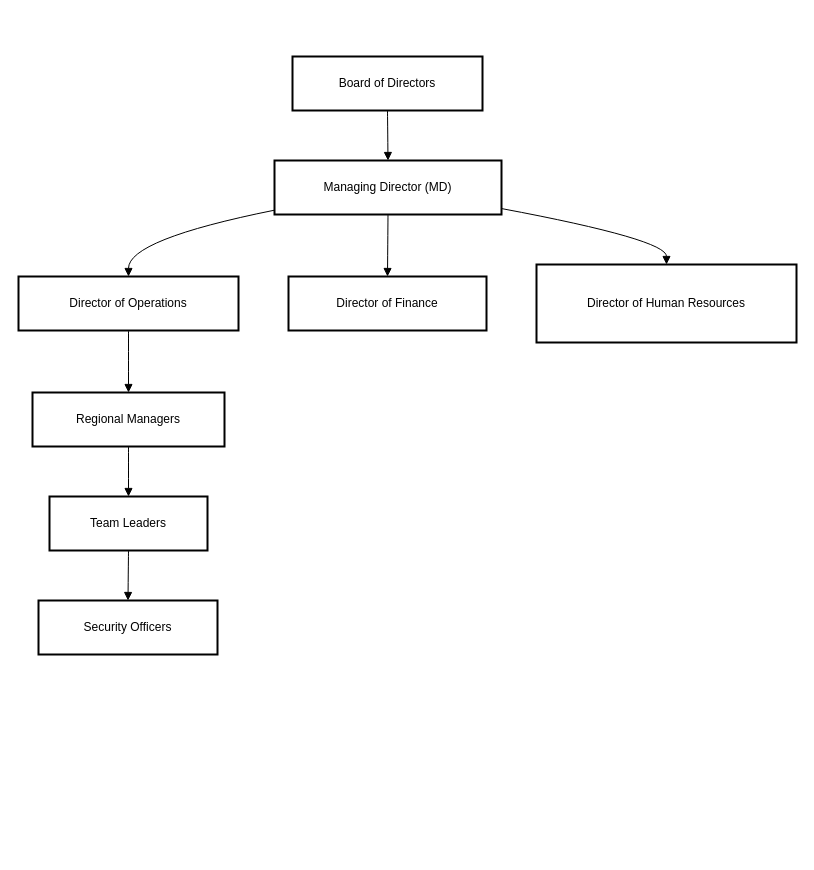
Earlier version of the draw.io diagram HR.drawio (BRIAN12682/Automation-Projects). Source tidied: cells renumbered, new cells numbered last; positions are measured from the earlier drawing's top-left corner, leaving out a move shared by most shapes. Both pictures are drawn from the tidied source at 100%, with x=0, y=0 at pixel (18, 56).
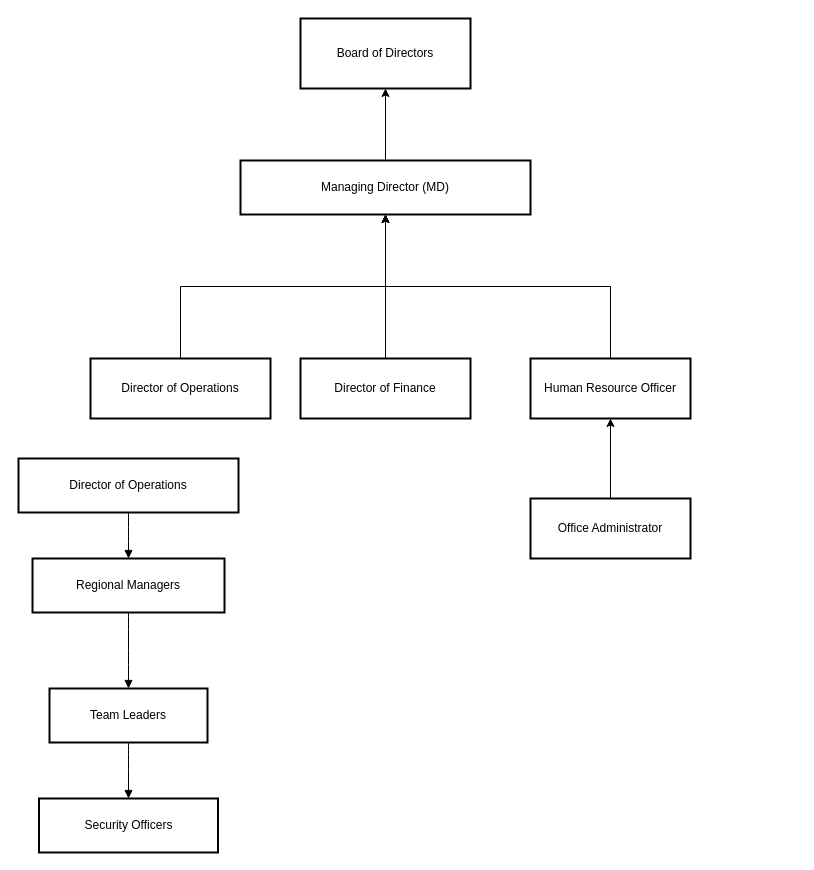
Above is the later version.

Diff of the diagram source:
```diff
@@
 <mxGraphModel>
   <root>
     <mxCell id="0" />
     <mxCell id="1" parent="0" />
-    <mxCell id="2" value="Board of Directors" style="whiteSpace=wrap;strokeWidth=2;" parent="1" vertex="1">
-      <mxGeometry x="274" width="190" height="54" as="geometry" />
-    </mxCell>
+    <mxCell id="17" style="edgeStyle=orthogonalEdgeStyle;rounded=0;jettySize=auto;html=1;" parent="1" edge="1" source="3" target="2">
+      <mxGeometry relative="1" as="geometry" />
+    </mxCell>
+    <mxCell id="18" style="edgeStyle=orthogonalEdgeStyle;rounded=0;jettySize=auto;html=1;" parent="1" edge="1" source="21" target="3">
+      <mxGeometry relative="1" as="geometry" />
+    </mxCell>
+    <mxCell id="19" style="edgeStyle=orthogonalEdgeStyle;rounded=0;jettySize=auto;html=1;" parent="1" edge="1" source="5" target="3">
+      <mxGeometry relative="1" as="geometry" />
+    </mxCell>
+    <mxCell id="20" style="edgeStyle=orthogonalEdgeStyle;rounded=0;jettySize=auto;html=1;" parent="1" edge="1" source="23" target="3">
+      <mxGeometry relative="1" as="geometry" />
+    </mxCell>
     <mxCell id="3" value="Managing Director (MD)" style="whiteSpace=wrap;strokeWidth=2;" parent="1" vertex="1">
-      <mxGeometry x="256" y="104" width="227" height="54" as="geometry" />
+      <mxGeometry x="222" y="104" width="290" height="54" as="geometry" />
     </mxCell>
     <mxCell id="4" value="Director of Operations" style="whiteSpace=wrap;strokeWidth=2;" parent="1" vertex="1">
-      <mxGeometry y="220" width="220" height="54" as="geometry" />
+      <mxGeometry y="402" width="220" height="54" as="geometry" />
     </mxCell>
-    <mxCell id="5" value="Director of Finance" style="whiteSpace=wrap;strokeWidth=2;" parent="1" vertex="1">
-      <mxGeometry x="270" y="220" width="198" height="54" as="geometry" />
-    </mxCell>
-    <mxCell id="6" value="Director of Human Resources" style="whiteSpace=wrap;strokeWidth=2;" parent="1" vertex="1">
-      <mxGeometry x="518" y="208" width="260" height="78" as="geometry" />
-    </mxCell>
     <mxCell id="7" value="Regional Managers" style="whiteSpace=wrap;strokeWidth=2;" parent="1" vertex="1">
-      <mxGeometry x="14" y="336" width="192" height="54" as="geometry" />
+      <mxGeometry x="14" y="502" width="192" height="54" as="geometry" />
     </mxCell>
     <mxCell id="8" value="Team Leaders" style="whiteSpace=wrap;strokeWidth=2;" parent="1" vertex="1">
-      <mxGeometry x="31" y="440" width="158" height="54" as="geometry" />
+      <mxGeometry x="31" y="632" width="158" height="54" as="geometry" />
     </mxCell>
     <mxCell id="9" value="Security Officers" style="whiteSpace=wrap;strokeWidth=2;" parent="1" vertex="1">
-      <mxGeometry x="20" y="544" width="179" height="54" as="geometry" />
+      <mxGeometry x="20.5" y="742" width="179" height="54" as="geometry" />
     </mxCell>
-    <mxCell id="10" style="curved=1;startArrow=none;endArrow=block;exitX=0.5;exitY=1;entryX=0.5;entryY=0;" parent="1" edge="1" source="2" target="3">
-      <mxGeometry relative="1" as="geometry" />
-    </mxCell>
-    <mxCell id="11" style="curved=1;startArrow=none;endArrow=block;exitX=0;exitY=0.92;entryX=0.5;entryY=0;" parent="1" edge="1" source="3" target="4">
-      <mxGeometry relative="1" as="geometry">
-        <Array as="points">
-          <mxPoint x="110" y="183" />
-        </Array>
-      </mxGeometry>
-    </mxCell>
-    <mxCell id="12" style="curved=1;startArrow=none;endArrow=block;exitX=0.5;exitY=1;entryX=0.5;entryY=0;" parent="1" edge="1" source="3" target="5">
-      <mxGeometry relative="1" as="geometry" />
-    </mxCell>
-    <mxCell id="13" style="curved=1;startArrow=none;endArrow=block;exitX=1;exitY=0.89;entryX=0.5;entryY=0;" parent="1" edge="1" source="3" target="6">
-      <mxGeometry relative="1" as="geometry">
-        <Array as="points">
-          <mxPoint x="648" y="183" />
-        </Array>
-      </mxGeometry>
-    </mxCell>
     <mxCell id="14" style="curved=1;startArrow=none;endArrow=block;exitX=0.5;exitY=1;entryX=0.5;entryY=0;" parent="1" edge="1" source="4" target="7">
       <mxGeometry relative="1" as="geometry" />
     </mxCell>
     <mxCell id="15" style="curved=1;startArrow=none;endArrow=block;exitX=0.5;exitY=1;entryX=0.5;entryY=0;" parent="1" edge="1" source="7" target="8">
       <mxGeometry relative="1" as="geometry" />
     </mxCell>
     <mxCell id="16" style="curved=1;startArrow=none;endArrow=block;exitX=0.5;exitY=1;entryX=0.5;entryY=0;" parent="1" edge="1" source="8" target="9">
       <mxGeometry relative="1" as="geometry" />
     </mxCell>
+    <mxCell id="2" value="Board of Directors" style="whiteSpace=wrap;html=1;strokeWidth=2;" parent="1" vertex="1">
+      <mxGeometry x="282" y="-38" width="170" height="70" as="geometry" />
+    </mxCell>
+    <mxCell id="21" value="Director of Operations" style="whiteSpace=wrap;html=1;strokeWidth=2;" parent="1" vertex="1">
+      <mxGeometry x="72" y="302" width="180" height="60" as="geometry" />
+    </mxCell>
+    <mxCell id="5" value="Director of Finance" style="whiteSpace=wrap;html=1;strokeWidth=2;" parent="1" vertex="1">
+      <mxGeometry x="282" y="302" width="170" height="60" as="geometry" />
+    </mxCell>
+    <mxCell id="22" style="edgeStyle=orthogonalEdgeStyle;rounded=0;jettySize=auto;html=1;" parent="1" edge="1" source="24" target="23">
+      <mxGeometry relative="1" as="geometry" />
+    </mxCell>
+    <mxCell id="23" value="Human Resource Officer" style="whiteSpace=wrap;html=1;strokeWidth=2;" parent="1" vertex="1">
+      <mxGeometry x="512" y="302" width="160" height="60" as="geometry" />
+    </mxCell>
+    <mxCell id="24" value="Office Administrator" style="whiteSpace=wrap;html=1;strokeWidth=2;" parent="1" vertex="1">
+      <mxGeometry x="512" y="442" width="160" height="60" as="geometry" />
+    </mxCell>
   </root>
 </mxGraphModel>
```
